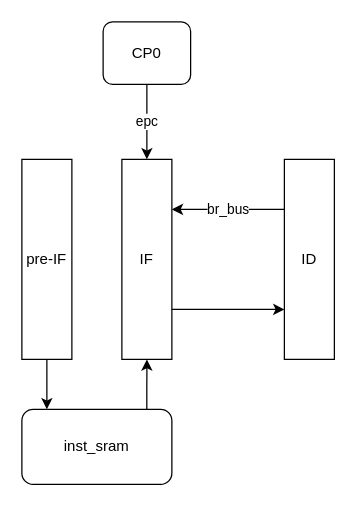
Earlier version of the draw.io diagram docs/IF_stage.drawio (zymelaii/SimpleMIPS). Source tidied: cells renumbered, new cells numbered last; positions are measured from the earlier drawing's top-left corner, leaving out a move shared by most shapes. Both pictures are drawn from the tidied source at 125%, with x=0, y=0 at pixel (21, 21).
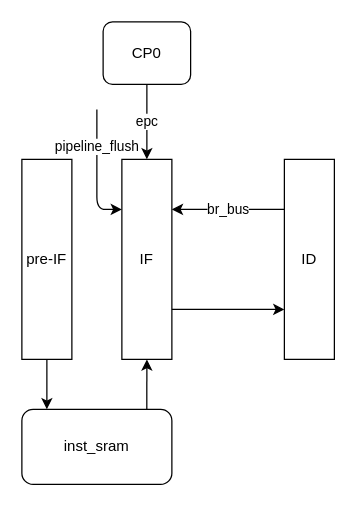
The same page after the edit.

Diff of the diagram source:
```diff
@@
 <mxGraphModel>
   <root>
     <mxCell id="0" />
     <mxCell id="1" parent="0" />
     <mxCell id="2" value="IF" style="rounded=0;whiteSpace=wrap;html=1;" parent="1" vertex="1">
       <mxGeometry x="80" y="110" width="40" height="160" as="geometry" />
     </mxCell>
     <mxCell id="3" value="ID" style="rounded=0;whiteSpace=wrap;html=1;" parent="1" vertex="1">
       <mxGeometry x="210" y="110" width="40" height="160" as="geometry" />
     </mxCell>
     <mxCell id="4" style="endArrow=classic;html=1;entryX=0;entryY=0.75;entryDx=0;entryDy=0;exitX=1;exitY=0.75;exitDx=0;exitDy=0;" parent="1" edge="1" source="2" target="3">
       <mxGeometry relative="1" as="geometry" />
     </mxCell>
     <mxCell id="5" value="pre-IF" style="rounded=0;whiteSpace=wrap;html=1;" parent="1" vertex="1">
       <mxGeometry y="110" width="40" height="160" as="geometry" />
     </mxCell>
     <mxCell id="6" value="inst_sram" style="rounded=1;whiteSpace=wrap;html=1;" parent="1" vertex="1">
       <mxGeometry y="310" width="120" height="60" as="geometry" />
     </mxCell>
     <mxCell id="7" style="endArrow=classic;html=1;exitX=0.5;exitY=1;exitDx=0;exitDy=0;" parent="1" edge="1" source="5">
       <mxGeometry relative="1" as="geometry">
         <mxPoint x="20" y="310" as="targetPoint" />
       </mxGeometry>
     </mxCell>
     <mxCell id="8" style="endArrow=classic;html=1;entryX=0.5;entryY=1;entryDx=0;entryDy=0;exitX=0.833;exitY=0;exitDx=0;exitDy=0;exitPerimeter=0;" parent="1" edge="1" source="6" target="2">
       <mxGeometry relative="1" as="geometry" />
     </mxCell>
     <mxCell id="9" value="br_bus" style="endArrow=classic;html=1;entryX=1;entryY=0.25;entryDx=0;entryDy=0;exitX=0;exitY=0.25;exitDx=0;exitDy=0;" parent="1" edge="1" source="3" target="2">
       <mxGeometry relative="1" as="geometry" />
     </mxCell>
     <mxCell id="10" value="CP0" style="rounded=1;whiteSpace=wrap;html=1;" parent="1" vertex="1">
       <mxGeometry x="65" width="70" height="50" as="geometry" />
     </mxCell>
     <mxCell id="11" value="epc" style="endArrow=classic;html=1;entryX=0.5;entryY=0;entryDx=0;entryDy=0;exitX=0.5;exitY=1;exitDx=0;exitDy=0;" parent="1" edge="1" source="10" target="2">
       <mxGeometry relative="1" as="geometry" />
     </mxCell>
+    <mxCell id="12" value="pipeline_flush" style="endArrow=classic;html=1;entryX=0;entryY=0.25;entryDx=0;entryDy=0;" parent="1" edge="1" target="2">
+      <mxGeometry x="-0.4" relative="1" as="geometry">
+        <mxPoint x="60" y="70" as="sourcePoint" />
+        <Array as="points">
+          <mxPoint x="60" y="150" />
+        </Array>
+      </mxGeometry>
+    </mxCell>
   </root>
 </mxGraphModel>
```
